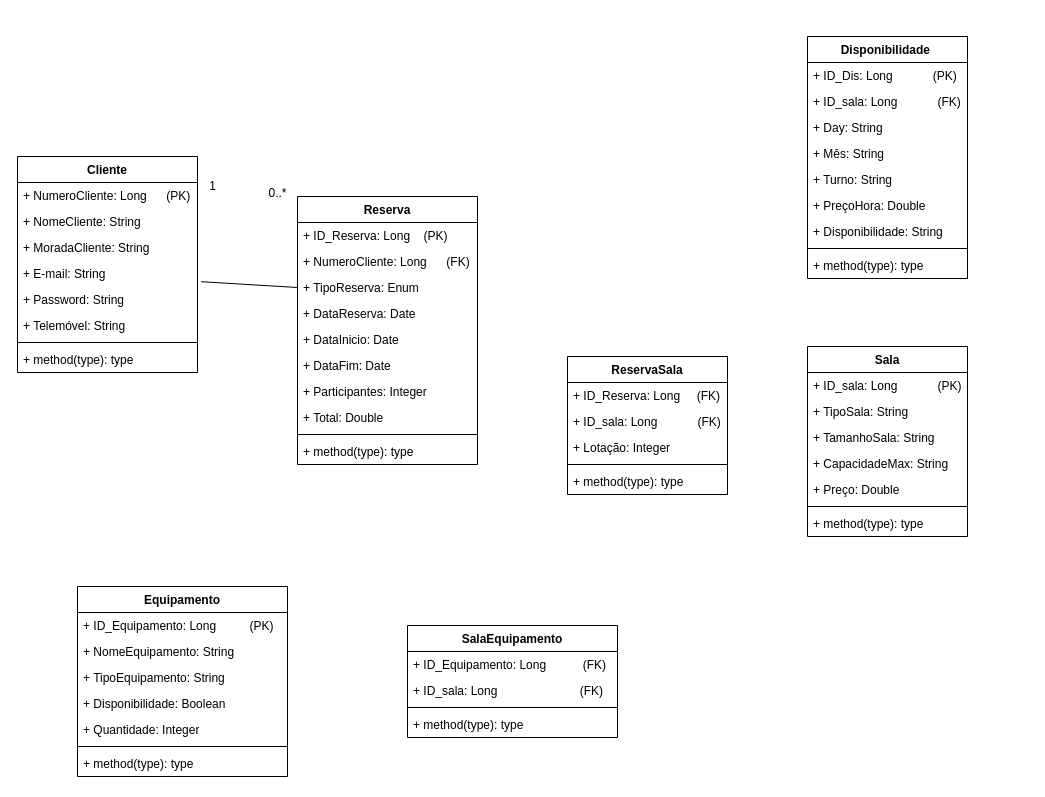
Above: page "Page-1" (1 of 2) of UMLDiagram.drawio in ic3K1ng/Rooms-Equipments (draw.io), before the change. Source tidied: cells renumbered, new cells numbered last; positions are measured from the earlier drawing's top-left corner, leaving out a move shared by most shapes. Both pictures are drawn from the tidied source at 100%, with x=0, y=0 at pixel (17, 36).
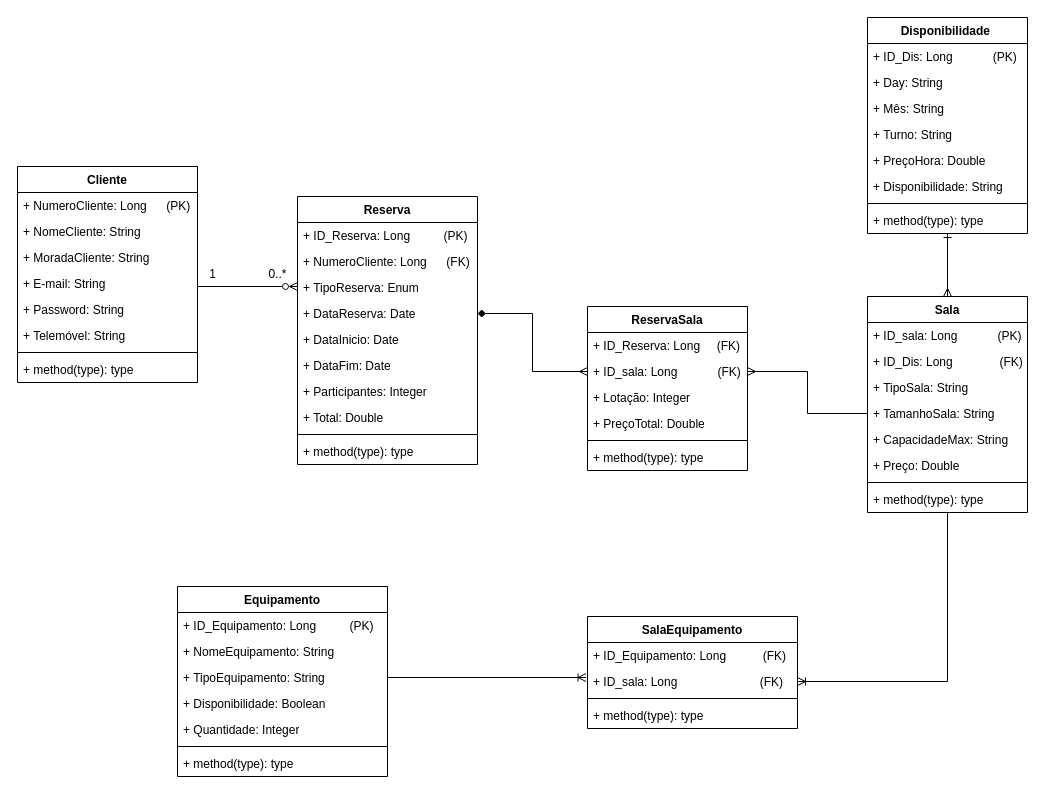
The same diagram, later.

The change refers to these unchanged cells:
```xml
<mxCell id="6" value="+ E-mail: String" style="text;strokeColor=none;fillColor=none;align=left;verticalAlign=top;spacingLeft=4;spacingRight=4;overflow=hidden;points=[[0,0.5],[1,0.5]];portConstraint=eastwest;whiteSpace=wrap;html=1;" parent="2" vertex="1">
  <mxGeometry y="104" width="180" height="26" as="geometry" />
</mxCell>
<mxCell id="19" value="Reserva" style="swimlane;fontStyle=1;align=center;verticalAlign=top;horizontal=1;startSize=26;whiteSpace=wrap;html=1;" parent="1" vertex="1">
  <mxGeometry x="280" y="160" width="180" height="268" as="geometry" />
</mxCell>
<mxCell id="22" value="+ TipoReserva: Enum" style="text;strokeColor=none;fillColor=none;align=left;verticalAlign=top;spacingLeft=4;spacingRight=4;overflow=hidden;points=[[0,0.5],[1,0.5]];portConstraint=eastwest;whiteSpace=wrap;html=1;" parent="19" vertex="1">
  <mxGeometry y="78" width="180" height="26" as="geometry" />
</mxCell>
<mxCell id="23" value="+ DataReserva: Date" style="text;strokeColor=none;fillColor=none;align=left;verticalAlign=top;spacingLeft=4;spacingRight=4;overflow=hidden;points=[[0,0.5],[1,0.5]];portConstraint=eastwest;whiteSpace=wrap;html=1;" parent="19" vertex="1">
  <mxGeometry y="104" width="180" height="26" as="geometry" />
</mxCell>
<mxCell id="33" value="+ TipoEquipamento: String" style="text;strokeColor=none;fillColor=none;align=left;verticalAlign=top;spacingLeft=4;spacingRight=4;overflow=hidden;points=[[0,0.5],[1,0.5]];portConstraint=eastwest;whiteSpace=wrap;html=1;" parent="30" vertex="1">
  <mxGeometry y="78" width="210" height="26" as="geometry" />
</mxCell>
<mxCell id="43" value="+ ID_sala: Long&amp;nbsp; &amp;nbsp; &amp;nbsp; &amp;nbsp; &amp;nbsp; &amp;nbsp; (FK)" style="text;strokeColor=none;fillColor=none;align=left;verticalAlign=top;spacingLeft=4;spacingRight=4;overflow=hidden;points=[[0,0.5],[1,0.5]];portConstraint=eastwest;whiteSpace=wrap;html=1;" parent="41" vertex="1">
  <mxGeometry y="52" width="160" height="26" as="geometry" />
</mxCell>
<mxCell id="49" value="+ ID_sala: Long&amp;nbsp; &amp;nbsp; &amp;nbsp; &amp;nbsp;&amp;nbsp;&lt;span style=&quot;white-space: pre;&quot;&gt;&#9;&lt;/span&gt;&amp;nbsp; &amp;nbsp; &amp;nbsp; &amp;nbsp;&amp;nbsp; &amp;nbsp;(FK)" style="text;strokeColor=none;fillColor=none;align=left;verticalAlign=top;spacingLeft=4;spacingRight=4;overflow=hidden;points=[[0,0.5],[1,0.5]];portConstraint=eastwest;whiteSpace=wrap;html=1;" parent="47" vertex="1">
  <mxGeometry y="52" width="210" height="26" as="geometry" />
</mxCell>
```

What changed in the source:
```diff
@@
     <mxCell id="2" value="Cliente" style="swimlane;fontStyle=1;align=center;verticalAlign=top;horizontal=1;startSize=26;whiteSpace=wrap;html=1;" parent="1" vertex="1">
-      <mxGeometry y="120" width="180" height="216" as="geometry" />
+      <mxGeometry y="130" width="180" height="216" as="geometry" />
     </mxCell>
@@
+    <mxCell id="62" style="edgeStyle=orthogonalEdgeStyle;rounded=0;jettySize=auto;html=1;exitX=0.5;exitY=1;exitDx=0;exitDy=0;entryX=1;entryY=0.5;entryDx=0;entryDy=0;endArrow=ERoneToMany;endFill=0;" parent="1" edge="1" source="11" target="49">
+      <mxGeometry relative="1" as="geometry" />
+    </mxCell>
     <mxCell id="11" value="Sala" style="swimlane;fontStyle=1;align=center;verticalAlign=top;horizontal=1;startSize=26;whiteSpace=wrap;html=1;" parent="1" vertex="1">
-      <mxGeometry x="790" y="310" width="160" height="190" as="geometry" />
+      <mxGeometry x="850" y="260" width="160" height="216" as="geometry" />
     </mxCell>
@@
+    <mxCell id="63" value="+ ID_Dis: Long&amp;nbsp; &amp;nbsp; &amp;nbsp; &amp;nbsp; &amp;nbsp; &amp;nbsp; &amp;nbsp; (FK)" style="text;strokeColor=none;fillColor=none;align=left;verticalAlign=top;spacingLeft=4;spacingRight=4;overflow=hidden;whiteSpace=wrap;html=1;" parent="11" vertex="1">
+      <mxGeometry y="52" width="160" height="26" as="geometry" />
+    </mxCell>
     <mxCell id="13" value="+ TipoSala: String" style="text;strokeColor=none;fillColor=none;align=left;verticalAlign=top;spacingLeft=4;spacingRight=4;overflow=hidden;whiteSpace=wrap;html=1;" parent="11" vertex="1">
-      <mxGeometry y="52" width="160" height="26" as="geometry" />
+      <mxGeometry y="78" width="160" height="26" as="geometry" />
     </mxCell>
     <mxCell id="14" value="+ TamanhoSala: String" style="text;strokeColor=none;fillColor=none;align=left;verticalAlign=top;spacingLeft=4;spacingRight=4;overflow=hidden;points=[[0,0.5],[1,0.5]];portConstraint=eastwest;whiteSpace=wrap;html=1;" parent="11" vertex="1">
-      <mxGeometry y="78" width="160" height="26" as="geometry" />
+      <mxGeometry y="104" width="160" height="26" as="geometry" />
     </mxCell>
     <mxCell id="15" value="+ CapacidadeMax: String" style="text;strokeColor=none;fillColor=none;align=left;verticalAlign=top;spacingLeft=4;spacingRight=4;overflow=hidden;whiteSpace=wrap;html=1;" parent="11" vertex="1">
-      <mxGeometry y="104" width="160" height="26" as="geometry" />
+      <mxGeometry y="130" width="160" height="26" as="geometry" />
     </mxCell>
     <mxCell id="16" value="+ Preço: Double" style="text;strokeColor=none;fillColor=none;align=left;verticalAlign=top;spacingLeft=4;spacingRight=4;overflow=hidden;whiteSpace=wrap;html=1;" parent="11" vertex="1">
-      <mxGeometry y="130" width="160" height="26" as="geometry" />
+      <mxGeometry y="156" width="160" height="26" as="geometry" />
     </mxCell>
     <mxCell id="17" style="line;strokeWidth=1;fillColor=none;align=left;verticalAlign=middle;spacingTop=-1;spacingLeft=3;spacingRight=3;labelPosition=right;strokeColor=inherit;" parent="11" vertex="1">
-      <mxGeometry y="156" width="160" height="8" as="geometry" />
+      <mxGeometry y="182" width="160" height="8" as="geometry" />
     </mxCell>
     <mxCell id="18" value="+ method(type): type" style="text;strokeColor=none;fillColor=none;align=left;verticalAlign=top;spacingLeft=4;spacingRight=4;overflow=hidden;whiteSpace=wrap;html=1;" parent="11" vertex="1">
-      <mxGeometry y="164" width="160" height="26" as="geometry" />
+      <mxGeometry y="190" width="160" height="26" as="geometry" />
     </mxCell>
@@
-    <mxCell id="20" value="+ ID_Reserva: Long&amp;nbsp;&amp;nbsp;&amp;nbsp; (PK)" style="text;strokeColor=none;fillColor=none;align=left;verticalAlign=top;spacingLeft=4;spacingRight=4;overflow=hidden;whiteSpace=wrap;html=1;" parent="19" vertex="1">
+    <mxCell id="20" value="+ ID_Reserva: Long&amp;nbsp; &amp;nbsp; &amp;nbsp; &amp;nbsp; &amp;nbsp; (PK)" style="text;strokeColor=none;fillColor=none;align=left;verticalAlign=top;spacingLeft=4;spacingRight=4;overflow=hidden;whiteSpace=wrap;html=1;" parent="19" vertex="1">
       <mxGeometry y="26" width="180" height="26" as="geometry" />
     </mxCell>
@@
     <mxCell id="30" value="Equipamento" style="swimlane;fontStyle=1;align=center;verticalAlign=top;horizontal=1;startSize=26;whiteSpace=wrap;html=1;" parent="1" vertex="1">
-      <mxGeometry x="60" y="550" width="210" height="190" as="geometry" />
+      <mxGeometry x="160" y="550" width="210" height="190" as="geometry" />
     </mxCell>
@@
-    <mxCell id="38" style="endArrow=none;html=1;rounded=0;entryX=0;entryY=0.5;entryDx=0;entryDy=0;exitX=1.02;exitY=0.815;exitDx=0;exitDy=0;exitPerimeter=0;" parent="1" edge="1" source="6" target="22">
-      <mxGeometry relative="1" as="geometry" />
-    </mxCell>
     <mxCell id="39" value="1" style="text;html=1;align=center;verticalAlign=middle;strokeColor=none;fillColor=none;" parent="1" vertex="1">
-      <mxGeometry x="180" y="135" width="30" height="30" as="geometry" />
+      <mxGeometry x="180" y="223" width="30" height="30" as="geometry" />
     </mxCell>
     <mxCell id="40" value="0..*" style="text;html=1;align=center;verticalAlign=middle;strokeColor=none;fillColor=none;" parent="1" vertex="1">
-      <mxGeometry x="240" y="142" width="40" height="30" as="geometry" />
+      <mxGeometry x="240" y="223" width="40" height="30" as="geometry" />
     </mxCell>
     <mxCell id="41" value="ReservaSala" style="swimlane;fontStyle=1;align=center;verticalAlign=top;horizontal=1;startSize=26;whiteSpace=wrap;html=1;" parent="1" vertex="1">
-      <mxGeometry x="550" y="320" width="160" height="138" as="geometry" />
+      <mxGeometry x="570" y="270" width="160" height="164" as="geometry" />
     </mxCell>
@@
+    <mxCell id="64" value="+ PreçoTotal: Double" style="text;strokeColor=none;fillColor=none;align=left;verticalAlign=top;spacingLeft=4;spacingRight=4;overflow=hidden;whiteSpace=wrap;html=1;" parent="41" vertex="1">
+      <mxGeometry y="104" width="160" height="26" as="geometry" />
+    </mxCell>
     <mxCell id="45" style="line;strokeWidth=1;fillColor=none;align=left;verticalAlign=middle;spacingTop=-1;spacingLeft=3;spacingRight=3;labelPosition=right;strokeColor=inherit;" parent="41" vertex="1">
-      <mxGeometry y="104" width="160" height="8" as="geometry" />
+      <mxGeometry y="130" width="160" height="8" as="geometry" />
     </mxCell>
     <mxCell id="46" value="+ method(type): type" style="text;strokeColor=none;fillColor=none;align=left;verticalAlign=top;spacingLeft=4;spacingRight=4;overflow=hidden;whiteSpace=wrap;html=1;" parent="41" vertex="1">
-      <mxGeometry y="112" width="160" height="26" as="geometry" />
+      <mxGeometry y="138" width="160" height="26" as="geometry" />
     </mxCell>
     <mxCell id="47" value="SalaEquipamento" style="swimlane;fontStyle=1;align=center;verticalAlign=top;horizontal=1;startSize=26;whiteSpace=wrap;html=1;" parent="1" vertex="1">
-      <mxGeometry x="390" y="589" width="210" height="112" as="geometry" />
+      <mxGeometry x="570" y="580" width="210" height="112" as="geometry" />
     </mxCell>
@@
+    <mxCell id="65" style="edgeStyle=orthogonalEdgeStyle;rounded=0;jettySize=auto;html=1;exitX=0.5;exitY=1;exitDx=0;exitDy=0;entryX=0.5;entryY=0;entryDx=0;entryDy=0;startArrow=ERone;startFill=0;endArrow=ERmany;endFill=0;" parent="1" edge="1" source="52" target="11">
+      <mxGeometry relative="1" as="geometry" />
+    </mxCell>
     <mxCell id="52" value="Disponibilidade&amp;nbsp;" style="swimlane;fontStyle=1;align=center;verticalAlign=top;horizontal=1;startSize=26;whiteSpace=wrap;html=1;" parent="1" vertex="1">
-      <mxGeometry x="790" width="160" height="242" as="geometry" />
+      <mxGeometry x="850" y="-19" width="160" height="216" as="geometry" />
     </mxCell>
@@
-    <mxCell id="54" value="+ ID_sala: Long&amp;nbsp; &amp;nbsp; &amp;nbsp; &amp;nbsp; &amp;nbsp; &amp;nbsp; (FK)" style="text;strokeColor=none;fillColor=none;align=left;verticalAlign=top;spacingLeft=4;spacingRight=4;overflow=hidden;whiteSpace=wrap;html=1;" parent="52" vertex="1">
-      <mxGeometry y="52" width="160" height="26" as="geometry" />
-    </mxCell>
     <mxCell id="55" value="+ Day: String" style="text;strokeColor=none;fillColor=none;align=left;verticalAlign=top;spacingLeft=4;spacingRight=4;overflow=hidden;whiteSpace=wrap;html=1;" parent="52" vertex="1">
-      <mxGeometry y="78" width="160" height="26" as="geometry" />
+      <mxGeometry y="52" width="160" height="26" as="geometry" />
     </mxCell>
     <mxCell id="56" value="+ Mês: String" style="text;strokeColor=none;fillColor=none;align=left;verticalAlign=top;spacingLeft=4;spacingRight=4;overflow=hidden;whiteSpace=wrap;html=1;" parent="52" vertex="1">
-      <mxGeometry y="104" width="160" height="26" as="geometry" />
+      <mxGeometry y="78" width="160" height="26" as="geometry" />
     </mxCell>
     <mxCell id="57" value="+ Turno: String" style="text;strokeColor=none;fillColor=none;align=left;verticalAlign=top;spacingLeft=4;spacingRight=4;overflow=hidden;whiteSpace=wrap;html=1;" parent="52" vertex="1">
-      <mxGeometry y="130" width="160" height="26" as="geometry" />
+      <mxGeometry y="104" width="160" height="26" as="geometry" />
     </mxCell>
     <mxCell id="58" value="+ PreçoHora: Double" style="text;strokeColor=none;fillColor=none;align=left;verticalAlign=top;spacingLeft=4;spacingRight=4;overflow=hidden;whiteSpace=wrap;html=1;" parent="52" vertex="1">
-      <mxGeometry y="156" width="160" height="26" as="geometry" />
+      <mxGeometry y="130" width="160" height="26" as="geometry" />
     </mxCell>
     <mxCell id="59" value="+ Disponibilidade: String" style="text;strokeColor=none;fillColor=none;align=left;verticalAlign=top;spacingLeft=4;spacingRight=4;overflow=hidden;whiteSpace=wrap;html=1;" parent="52" vertex="1">
-      <mxGeometry y="182" width="160" height="26" as="geometry" />
+      <mxGeometry y="156" width="160" height="26" as="geometry" />
     </mxCell>
     <mxCell id="60" style="line;strokeWidth=1;fillColor=none;align=left;verticalAlign=middle;spacingTop=-1;spacingLeft=3;spacingRight=3;labelPosition=right;strokeColor=inherit;" parent="52" vertex="1">
-      <mxGeometry y="208" width="160" height="8" as="geometry" />
+      <mxGeometry y="182" width="160" height="8" as="geometry" />
     </mxCell>
     <mxCell id="61" value="+ method(type): type" style="text;strokeColor=none;fillColor=none;align=left;verticalAlign=top;spacingLeft=4;spacingRight=4;overflow=hidden;whiteSpace=wrap;html=1;" parent="52" vertex="1">
-      <mxGeometry y="216" width="160" height="26" as="geometry" />
+      <mxGeometry y="190" width="160" height="26" as="geometry" />
     </mxCell>
+    <mxCell id="66" style="edgeStyle=orthogonalEdgeStyle;rounded=0;jettySize=auto;html=1;entryX=0;entryY=0.5;entryDx=0;entryDy=0;endArrow=ERmany;endFill=0;startArrow=diamond;startFill=1;" parent="1" edge="1" source="23" target="43">
+      <mxGeometry relative="1" as="geometry" />
+    </mxCell>
+    <mxCell id="67" style="edgeStyle=orthogonalEdgeStyle;rounded=0;jettySize=auto;html=1;endArrow=ERmany;endFill=0;" parent="1" edge="1" source="14" target="43">
+      <mxGeometry relative="1" as="geometry" />
+    </mxCell>
+    <mxCell id="68" style="edgeStyle=orthogonalEdgeStyle;rounded=0;jettySize=auto;html=1;exitX=1;exitY=0.5;exitDx=0;exitDy=0;entryX=-0.007;entryY=0.347;entryDx=0;entryDy=0;entryPerimeter=0;endArrow=ERoneToMany;endFill=0;" parent="1" edge="1" source="33" target="49">
+      <mxGeometry relative="1" as="geometry" />
+    </mxCell>
+    <mxCell id="69" style="edgeStyle=orthogonalEdgeStyle;rounded=0;jettySize=auto;html=1;endArrow=ERzeroToMany;endFill=0;" parent="1" edge="1" source="6">
+      <mxGeometry relative="1" as="geometry">
+        <mxPoint x="280" y="250" as="targetPoint" />
+        <Array as="points">
+          <mxPoint x="200" y="250" />
+          <mxPoint x="200" y="250" />
+        </Array>
+      </mxGeometry>
+    </mxCell>
```
